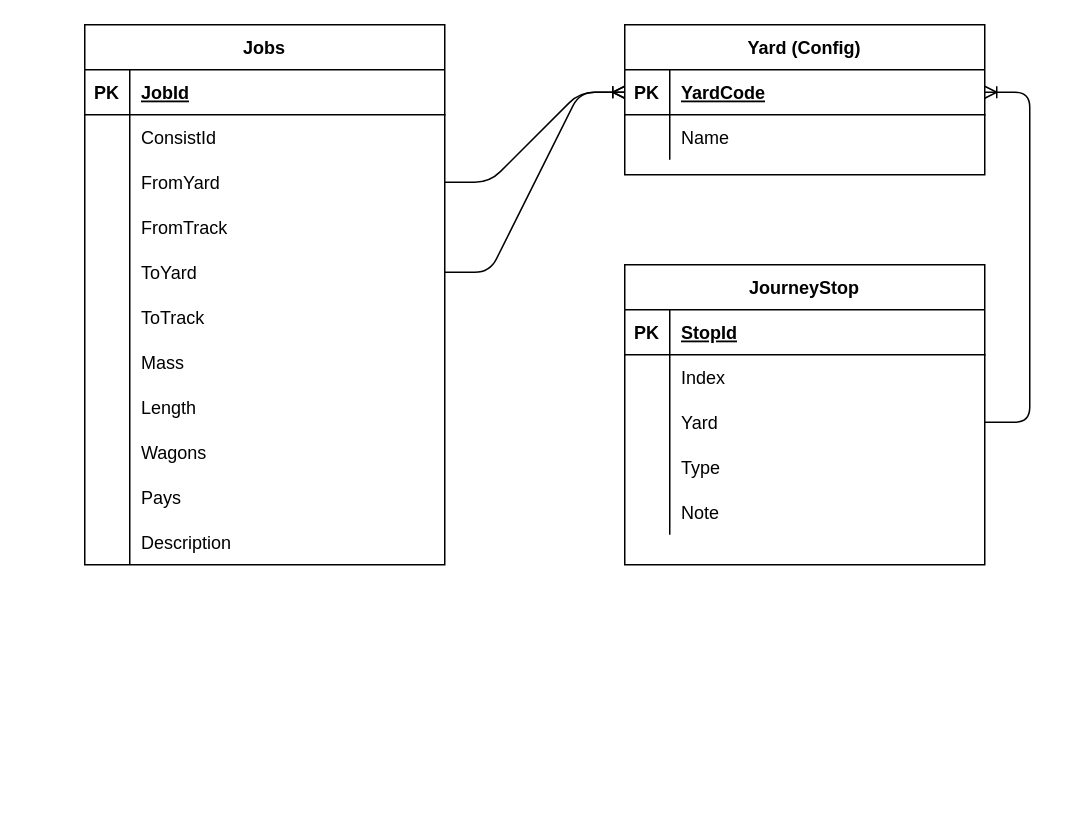
Earlier version of the draw.io diagram DVP.drawio (MrDrummer/DerailValleyPlanner). Source tidied: cells renumbered, new cells numbered last; positions are measured from the earlier drawing's top-left corner, leaving out a move shared by most shapes. Both pictures are drawn from the tidied source at 150%, with x=0, y=0 at pixel (84, 24).
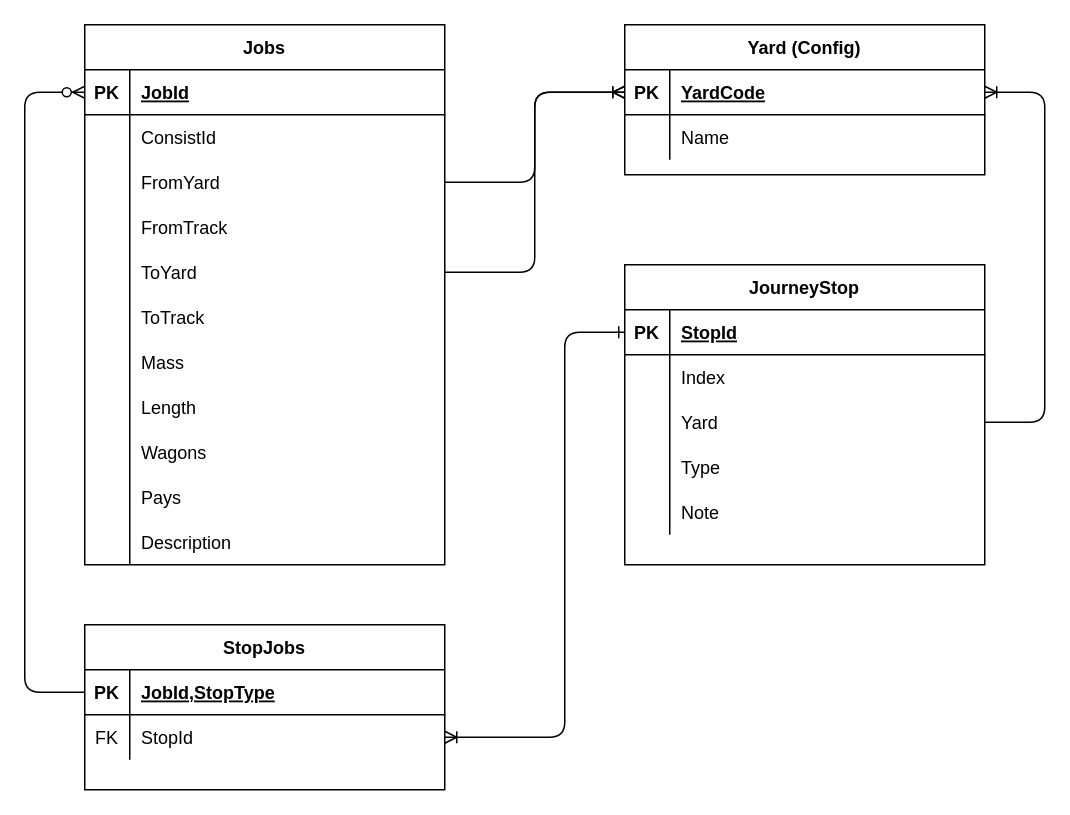
The same page after the edit.

The change refers to these unchanged cells:
```xml
<mxCell id="3" style="shape=partialRectangle;fillColor=none;points=[[0,0.5],[1,0.5]];portConstraint=eastwest;top=0;left=0;right=0;bottom=1;" parent="2" vertex="1">
  <mxGeometry y="30" width="240" height="30" as="geometry" />
</mxCell>
<mxCell id="9" style="shape=partialRectangle;fillColor=none;points=[[0,0.5],[1,0.5]];portConstraint=eastwest;top=0;left=0;right=0;bottom=0;" parent="2" vertex="1">
  <mxGeometry y="90" width="240" height="30" as="geometry" />
</mxCell>
<mxCell id="15" style="shape=partialRectangle;fillColor=none;points=[[0,0.5],[1,0.5]];portConstraint=eastwest;top=0;left=0;right=0;bottom=0;" parent="2" vertex="1">
  <mxGeometry y="150" width="240" height="30" as="geometry" />
</mxCell>
<mxCell id="37" style="shape=partialRectangle;fillColor=none;points=[[0,0.5],[1,0.5]];portConstraint=eastwest;top=0;left=0;right=0;bottom=1;" parent="36" vertex="1">
  <mxGeometry y="30" width="240" height="30" as="geometry" />
</mxCell>
<mxCell id="43" style="shape=partialRectangle;fillColor=none;points=[[0,0.5],[1,0.5]];portConstraint=eastwest;top=0;left=0;right=0;bottom=0;" parent="36" vertex="1">
  <mxGeometry y="90" width="240" height="30" as="geometry" />
</mxCell>
<mxCell id="53" style="shape=partialRectangle;fillColor=none;points=[[0,0.5],[1,0.5]];portConstraint=eastwest;top=0;left=0;right=0;bottom=1;" parent="52" vertex="1">
  <mxGeometry y="30" width="240" height="30" as="geometry" />
</mxCell>
```

What changed in the source:
```diff
@@
-    <mxCell id="59" style="edgeStyle=entityRelationEdgeStyle;fontSize=12;html=1;endArrow=ERoneToMany;endFill=0;exitX=1;exitY=0.5;exitDx=0;exitDy=0;entryX=1;entryY=0.5;entryDx=0;entryDy=0;startArrow=none;startFill=0;rounded=1;" parent="1" edge="1" source="43" target="53">
-      <mxGeometry relative="1" as="geometry" />
+    <mxCell id="59" style="edgeStyle=elbowEdgeStyle;fontSize=12;html=1;endArrow=ERoneToMany;endFill=0;exitX=1;exitY=0.5;exitDx=0;exitDy=0;entryX=1;entryY=0.5;entryDx=0;entryDy=0;startArrow=none;startFill=0;rounded=1;" parent="1" edge="1" source="43" target="53">
+      <mxGeometry relative="1" as="geometry">
+        <Array as="points">
+          <mxPoint x="640" y="155" />
+        </Array>
+      </mxGeometry>
     </mxCell>
-    <mxCell id="60" style="edgeStyle=entityRelationEdgeStyle;fontSize=12;html=1;endArrow=ERoneToMany;rounded=1;exitX=1;exitY=0.5;exitDx=0;exitDy=0;entryX=0;entryY=0.5;entryDx=0;entryDy=0;" parent="1" edge="1" source="9" target="53">
+    <mxCell id="60" style="edgeStyle=elbowEdgeStyle;fontSize=12;html=1;endArrow=ERoneToMany;rounded=1;exitX=1;exitY=0.5;exitDx=0;exitDy=0;entryX=0;entryY=0.5;entryDx=0;entryDy=0;" parent="1" edge="1" source="9" target="53">
       <mxGeometry relative="1" as="geometry" />
     </mxCell>
-    <mxCell id="61" style="edgeStyle=entityRelationEdgeStyle;fontSize=12;html=1;endArrow=ERoneToMany;rounded=1;exitX=1;exitY=0.5;exitDx=0;exitDy=0;entryX=0;entryY=0.5;entryDx=0;entryDy=0;" parent="1" edge="1" source="15" target="53">
+    <mxCell id="61" style="edgeStyle=elbowEdgeStyle;fontSize=12;html=1;endArrow=ERoneToMany;rounded=1;exitX=1;exitY=0.5;exitDx=0;exitDy=0;entryX=0;entryY=0.5;entryDx=0;entryDy=0;" parent="1" edge="1" source="15" target="53">
       <mxGeometry relative="1" as="geometry" />
     </mxCell>
+    <mxCell id="62" value="StopJobs" style="shape=table;startSize=30;childLayout=tableLayout;rowLines=0;fontStyle=1;align=center;" parent="1" vertex="1">
+      <mxGeometry y="400" width="240" height="110" as="geometry" />
+    </mxCell>
+    <mxCell id="63" style="shape=partialRectangle;fillColor=none;points=[[0,0.5],[1,0.5]];portConstraint=eastwest;top=0;left=0;right=0;bottom=1;" parent="62" vertex="1">
+      <mxGeometry y="30" width="240" height="30" as="geometry" />
+    </mxCell>
+    <mxCell id="64" value="PK" style="shape=partialRectangle;overflow=hidden;fillColor=none;top=0;left=0;bottom=0;right=0;fontStyle=1;" parent="63" vertex="1">
+      <mxGeometry width="30" height="30" as="geometry" />
+    </mxCell>
+    <mxCell id="65" value="JobId,StopType" style="shape=partialRectangle;overflow=hidden;fillColor=none;top=0;left=0;bottom=0;right=0;align=left;spacingLeft=6;fontStyle=5;" parent="63" vertex="1">
+      <mxGeometry x="30" width="210" height="30" as="geometry" />
+    </mxCell>
+    <mxCell id="66" style="shape=partialRectangle;fillColor=none;points=[[0,0.5],[1,0.5]];portConstraint=eastwest;top=0;left=0;right=0;bottom=0;" parent="62" vertex="1">
+      <mxGeometry y="60" width="240" height="30" as="geometry" />
+    </mxCell>
+    <mxCell id="67" value="FK" style="shape=partialRectangle;overflow=hidden;fillColor=none;top=0;left=0;bottom=0;right=0;" parent="66" vertex="1">
+      <mxGeometry width="30" height="30" as="geometry" />
+    </mxCell>
+    <mxCell id="68" value="StopId" style="shape=partialRectangle;overflow=hidden;fillColor=none;top=0;left=0;bottom=0;right=0;align=left;spacingLeft=6;" parent="66" vertex="1">
+      <mxGeometry x="30" width="210" height="30" as="geometry" />
+    </mxCell>
+    <mxCell id="69" style="edgeStyle=elbowEdgeStyle;fontSize=12;html=1;endArrow=ERzeroToMany;endFill=1;entryX=0;entryY=0.5;entryDx=0;entryDy=0;exitX=0;exitY=0.5;exitDx=0;exitDy=0;" parent="1" edge="1" source="63" target="3">
+      <mxGeometry relative="1" as="geometry">
+        <Array as="points">
+          <mxPoint x="-40" y="280" />
+        </Array>
+      </mxGeometry>
+    </mxCell>
+    <mxCell id="70" style="edgeStyle=elbowEdgeStyle;fontSize=12;html=1;endArrow=ERone;endFill=0;entryX=0;entryY=0.5;entryDx=0;entryDy=0;exitX=1;exitY=0.5;exitDx=0;exitDy=0;startArrow=ERoneToMany;startFill=0;" parent="1" edge="1" source="66" target="37">
+      <mxGeometry relative="1" as="geometry">
+        <Array as="points">
+          <mxPoint x="320" y="475" />
+        </Array>
+      </mxGeometry>
+    </mxCell>
```
